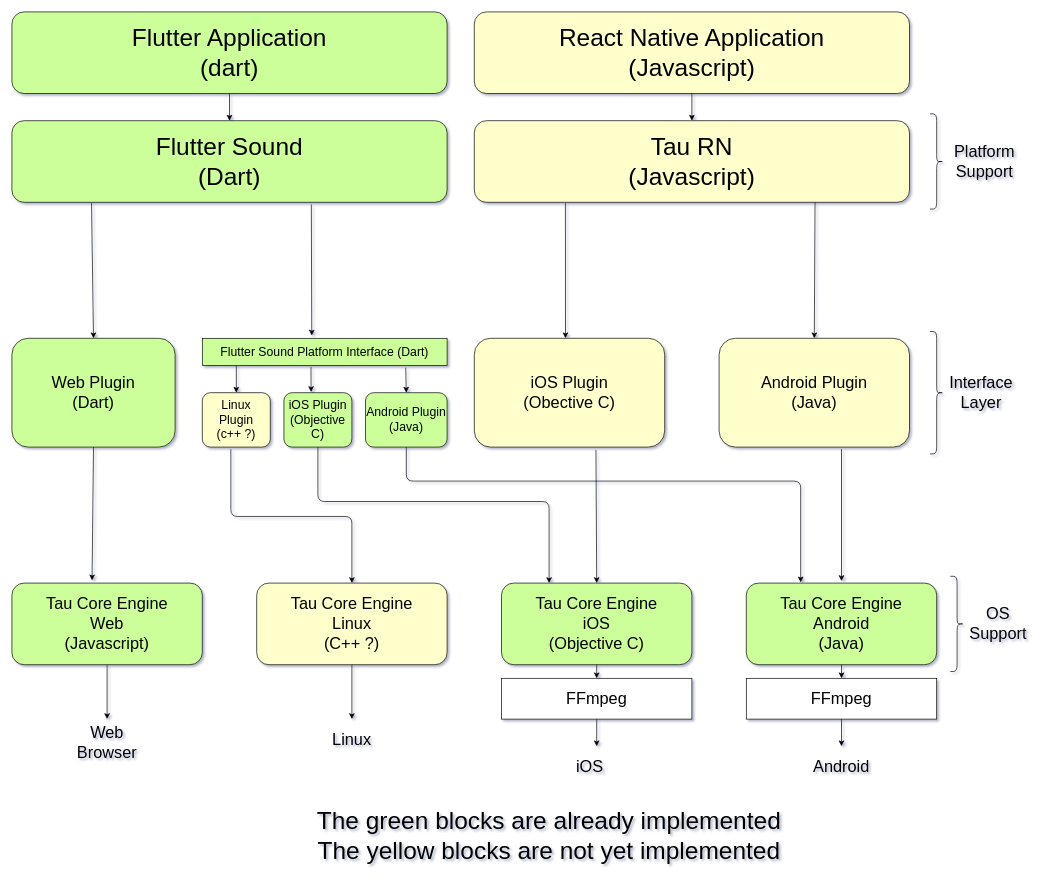
Canardoux/flutter_sound keeps this draw.io diagram as doc/images/the-t-architecture.drawio. Above is the earlier version. Source tidied: cells renumbered, new cells numbered last; positions are measured from the earlier drawing's top-left corner, leaving out a move shared by most shapes. Both pictures are drawn from the tidied source at 68%, with x=0, y=0 at pixel (12, 12).
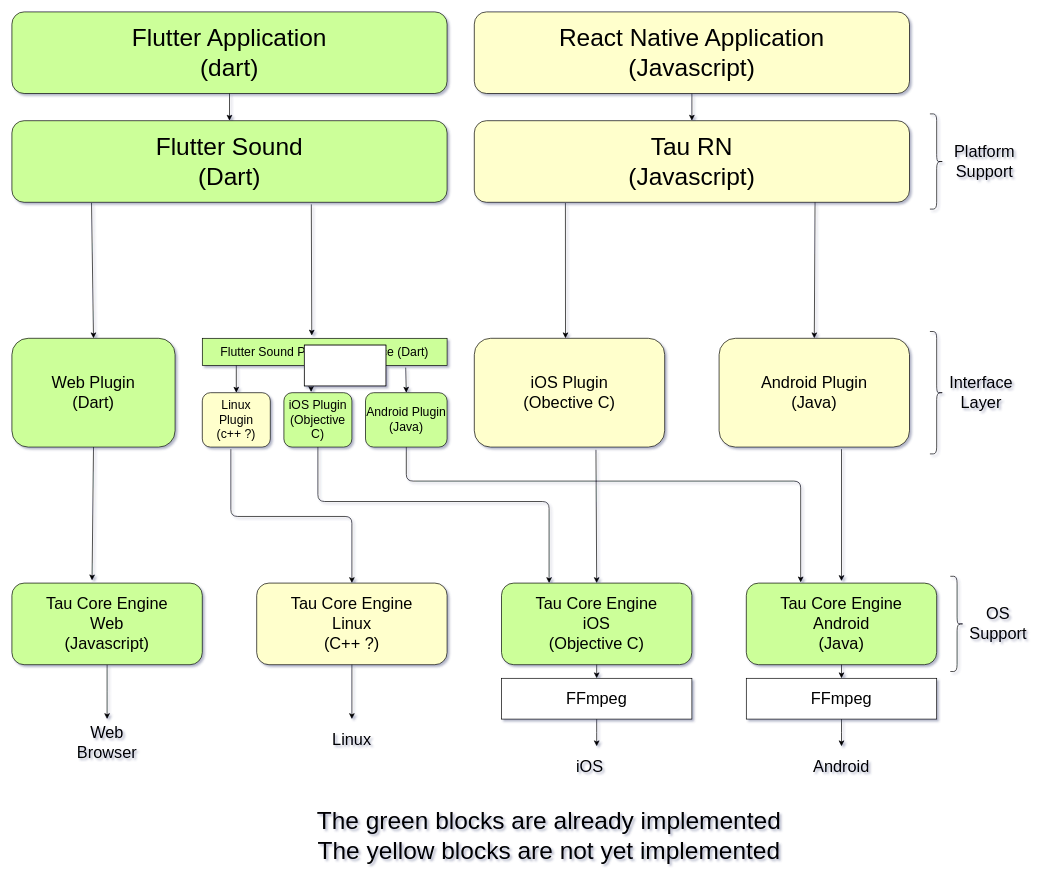
After the change.

The edit, as a diff of the source:
```diff
@@
+    <mxCell id="51" style="rounded=0;whiteSpace=wrap;html=1;" parent="1" vertex="1">
+      <mxGeometry x="430" y="490" width="120" height="60" as="geometry" />
+    </mxCell>
+    <mxCell id="52" style="rounded=0;whiteSpace=wrap;html=1;" parent="1" vertex="1">
+      <mxGeometry x="430" y="490" width="120" height="60" as="geometry" />
+    </mxCell>
```
